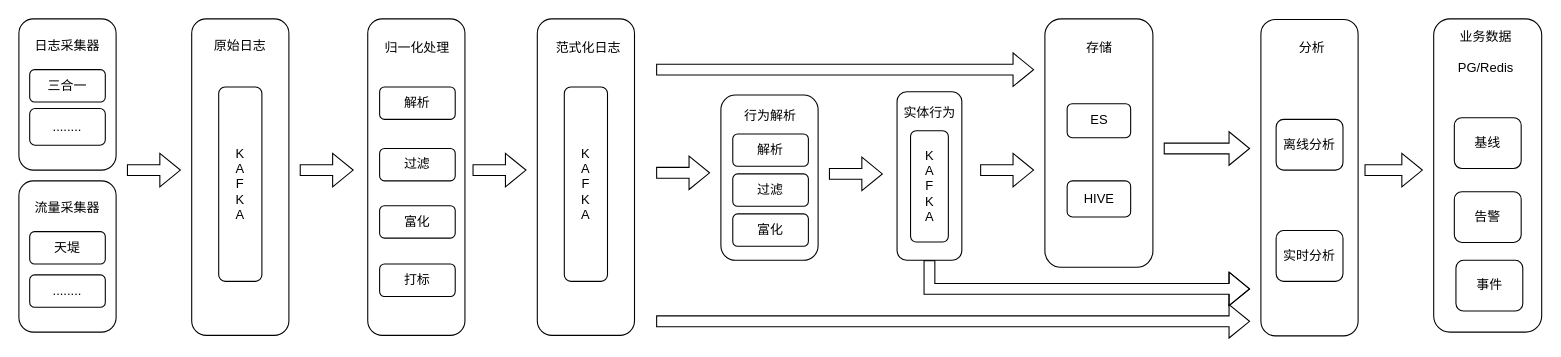
Earlier version of the draw.io diagram 数据流.drawio (Rocks526/picture-repository). Source tidied: cells renumbered, new cells numbered last; positions are measured from the earlier drawing's top-left corner, leaving out a move shared by most shapes. Both pictures are drawn from the tidied source at 108%, with x=0, y=0 at pixel (18, 18).
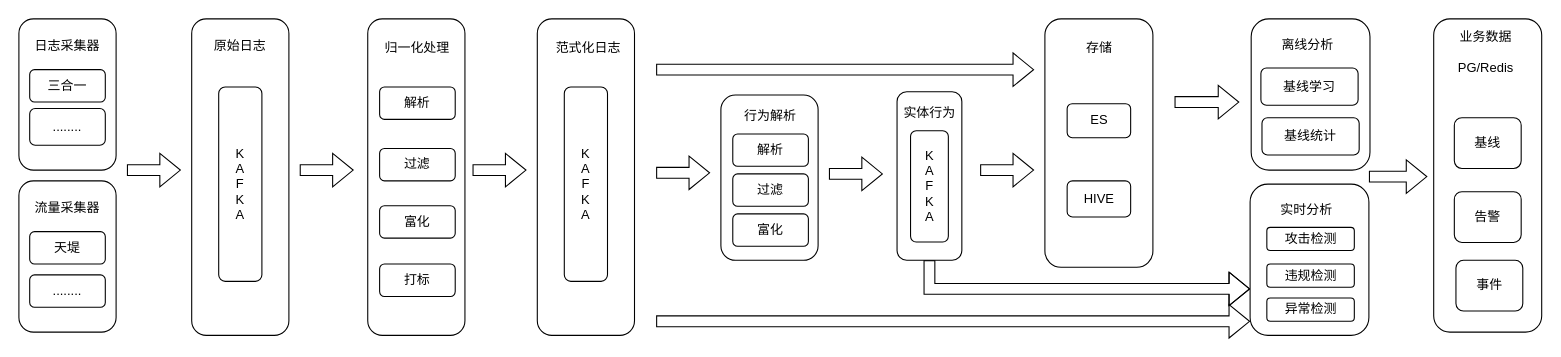
Above is the later version.

Commit message (it also covers changes not shown here):
更新数据流.drawio

Change to the diagram source:
```diff
@@
-    <mxCell id="44" style="rounded=1;whiteSpace=wrap;html=1;" parent="1" vertex="1">
-      <mxGeometry x="1150" y="0.5" width="90" height="293" as="geometry" />
-    </mxCell>
-    <mxCell id="45" value="分析" style="text;html=1;strokeColor=none;fillColor=none;align=center;verticalAlign=middle;whiteSpace=wrap;rounded=0;" parent="1" vertex="1">
-      <mxGeometry x="1165" y="10.5" width="65" height="33" as="geometry" />
-    </mxCell>
-    <mxCell id="46" value="离线分析" style="rounded=1;whiteSpace=wrap;html=1;" parent="1" vertex="1">
-      <mxGeometry x="1164.1" y="93" width="61.9" height="47" as="geometry" />
+    <mxCell id="46" style="rounded=1;whiteSpace=wrap;html=1;" parent="1" vertex="1">
+      <mxGeometry x="1141" width="110" height="140" as="geometry" />
     </mxCell>
-    <mxCell id="47" value="实时分析" style="rounded=1;whiteSpace=wrap;html=1;" parent="1" vertex="1">
-      <mxGeometry x="1164.1" y="196" width="61.9" height="47" as="geometry" />
-    </mxCell>
     <mxCell id="48" style="shape=flexArrow;endArrow=classic;html=1;rounded=0;" parent="1" edge="1">
       <mxGeometry relative="1" as="geometry">
-        <mxPoint x="1060" y="120" as="sourcePoint" />
-        <mxPoint x="1140" y="120" as="targetPoint" />
+        <mxPoint x="1070" y="77" as="sourcePoint" />
+        <mxPoint x="1130" y="77" as="targetPoint" />
       </mxGeometry>
     </mxCell>
@@
     <mxCell id="54" style="shape=flexArrow;endArrow=classic;html=1;rounded=0;" parent="1" edge="1">
       <mxGeometry relative="1" as="geometry">
-        <mxPoint x="1245.9" y="140" as="sourcePoint" />
-        <mxPoint x="1300" y="140" as="targetPoint" />
+        <mxPoint x="1250" y="146" as="sourcePoint" />
+        <mxPoint x="1304.1" y="146" as="targetPoint" />
       </mxGeometry>
     </mxCell>
+    <mxCell id="55" value="离线分析" style="text;html=1;strokeColor=none;fillColor=none;align=center;verticalAlign=middle;whiteSpace=wrap;rounded=0;" parent="1" vertex="1">
+      <mxGeometry x="1160.9" y="7" width="65" height="33" as="geometry" />
+    </mxCell>
+    <mxCell id="56" value="基线学习" style="rounded=1;whiteSpace=wrap;html=1;" parent="1" vertex="1">
+      <mxGeometry x="1150" y="45.5" width="90" height="34.5" as="geometry" />
+    </mxCell>
+    <mxCell id="57" value="基线统计" style="rounded=1;whiteSpace=wrap;html=1;" parent="1" vertex="1">
+      <mxGeometry x="1151" y="91.5" width="90" height="34.5" as="geometry" />
+    </mxCell>
+    <mxCell id="58" style="rounded=1;whiteSpace=wrap;html=1;" parent="1" vertex="1">
+      <mxGeometry x="1140" y="153" width="110" height="140" as="geometry" />
+    </mxCell>
+    <mxCell id="47" value="实时分析" style="text;html=1;strokeColor=none;fillColor=none;align=center;verticalAlign=middle;whiteSpace=wrap;rounded=0;" parent="1" vertex="1">
+      <mxGeometry x="1159.9" y="160" width="65" height="33" as="geometry" />
+    </mxCell>
+    <mxCell id="59" value="攻击检测" style="rounded=1;whiteSpace=wrap;html=1;" parent="1" vertex="1">
+      <mxGeometry x="1155.5" y="193" width="81" height="21.5" as="geometry" />
+    </mxCell>
+    <mxCell id="60" value="违规检测" style="rounded=1;whiteSpace=wrap;html=1;" parent="1" vertex="1">
+      <mxGeometry x="1155.5" y="227" width="81" height="21.5" as="geometry" />
+    </mxCell>
+    <mxCell id="61" value="异常检测" style="rounded=1;whiteSpace=wrap;html=1;" parent="1" vertex="1">
+      <mxGeometry x="1155.5" y="258.5" width="81" height="21.5" as="geometry" />
+    </mxCell>
```
